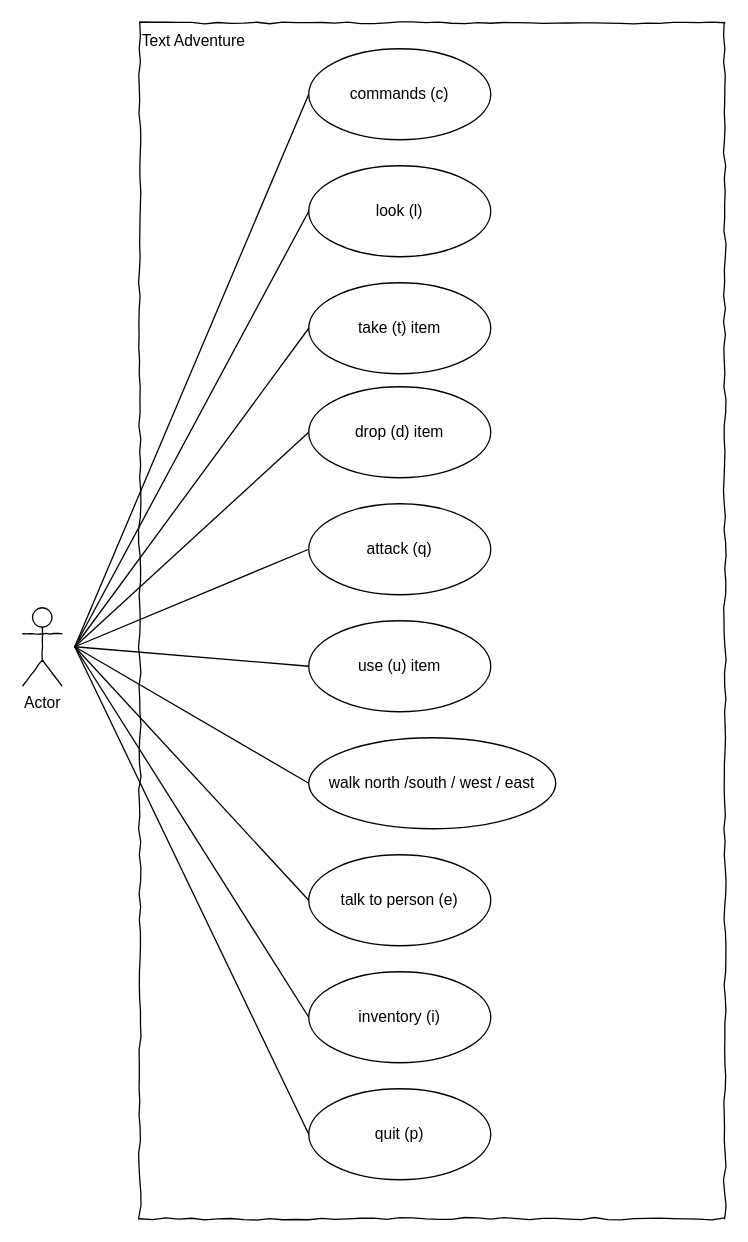
Above: Abschlussarbeit/Konzeption/usecase-diagramm.drawio in Vivian-Wolf/SoftwaredesignMIB4 (draw.io), before the change. Source tidied: cells renumbered, new cells numbered last; positions are measured from the earlier drawing's top-left corner, leaving out a move shared by most shapes. Both pictures are drawn from the tidied source at 130%, with x=0, y=0 at pixel (22, 22).
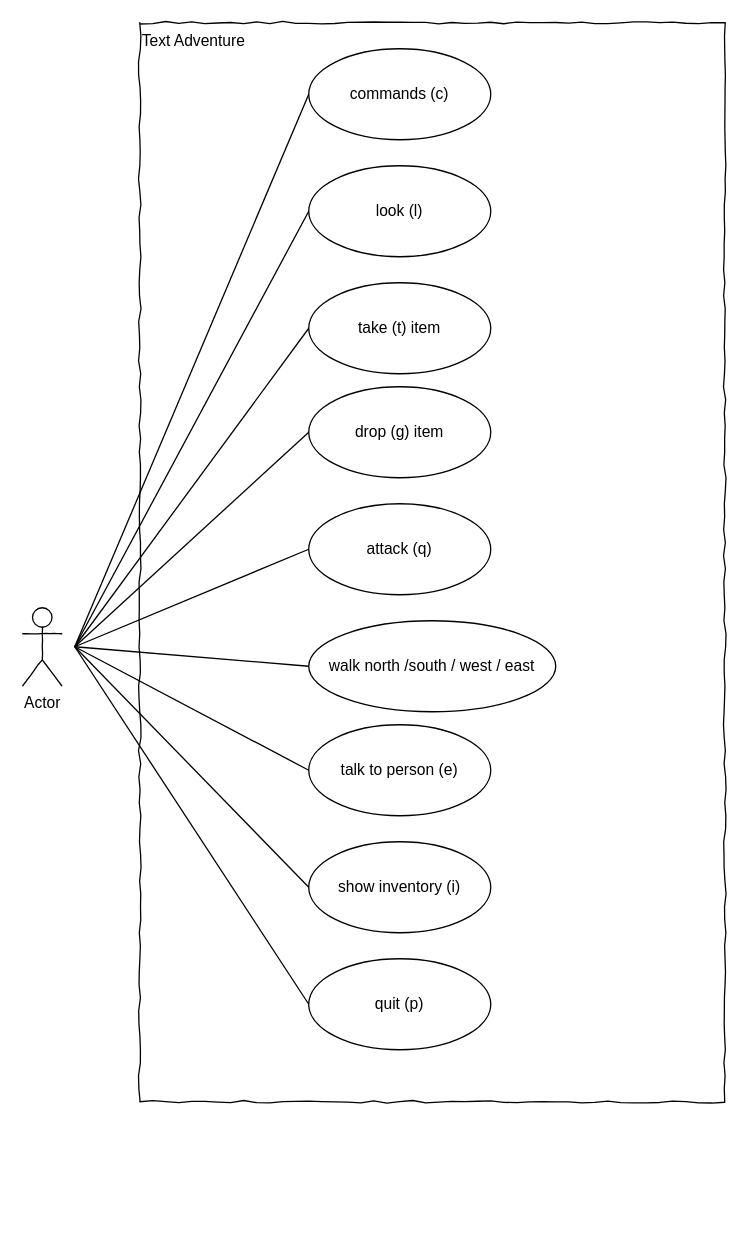
The same diagram, later.

Diff of the diagram source:
```diff
@@
     <mxCell id="2" value="&lt;div style=&quot;text-align: left&quot;&gt;&lt;span&gt;Text Adventure&lt;/span&gt;&lt;/div&gt;" style="rounded=0;whiteSpace=wrap;html=1;shadow=0;glass=0;comic=1;strokeColor=#000000;labelPosition=center;verticalLabelPosition=middle;align=left;verticalAlign=top;absoluteArcSize=1;arcSize=50;" parent="1" vertex="1">
-      <mxGeometry x="90" width="450" height="920" as="geometry" />
+      <mxGeometry x="90" width="450" height="830" as="geometry" />
     </mxCell>
@@
-    <mxCell id="6" value="inventory (i)" style="ellipse;whiteSpace=wrap;html=1;rounded=1;shadow=0;strokeWidth=1;comic=1;" parent="1" vertex="1">
-      <mxGeometry x="220" y="730" width="140" height="70" as="geometry" />
+    <mxCell id="6" value="show inventory (i)" style="ellipse;whiteSpace=wrap;html=1;rounded=1;shadow=0;strokeWidth=1;comic=1;" parent="1" vertex="1">
+      <mxGeometry x="220" y="630" width="140" height="70" as="geometry" />
     </mxCell>
@@
-    <mxCell id="8" value="drop (d) item" style="ellipse;whiteSpace=wrap;html=1;rounded=1;shadow=0;strokeWidth=1;comic=1;" parent="1" vertex="1">
+    <mxCell id="8" value="drop (g) item" style="ellipse;whiteSpace=wrap;html=1;rounded=1;shadow=0;strokeWidth=1;comic=1;" parent="1" vertex="1">
       <mxGeometry x="220" y="280" width="140" height="70" as="geometry" />
     </mxCell>
@@
-    <mxCell id="10" value="use (u) item" style="ellipse;whiteSpace=wrap;html=1;rounded=1;shadow=0;strokeWidth=1;comic=1;" parent="1" vertex="1">
-      <mxGeometry x="220" y="460" width="140" height="70" as="geometry" />
-    </mxCell>
     <mxCell id="11" value="walk north /south / west / east" style="ellipse;whiteSpace=wrap;html=1;rounded=1;shadow=0;strokeWidth=1;comic=1;" parent="1" vertex="1">
-      <mxGeometry x="220" y="550" width="190" height="70" as="geometry" />
+      <mxGeometry x="220" y="460" width="190" height="70" as="geometry" />
     </mxCell>
     <mxCell id="12" value="talk to person (e)" style="ellipse;whiteSpace=wrap;html=1;rounded=1;shadow=0;strokeWidth=1;comic=1;" parent="1" vertex="1">
-      <mxGeometry x="220" y="640" width="140" height="70" as="geometry" />
+      <mxGeometry x="220" y="540" width="140" height="70" as="geometry" />
     </mxCell>
     <mxCell id="13" value="quit (p)" style="ellipse;whiteSpace=wrap;html=1;rounded=1;shadow=0;strokeWidth=1;comic=1;" parent="1" vertex="1">
-      <mxGeometry x="220" y="820" width="140" height="70" as="geometry" />
+      <mxGeometry x="220" y="720" width="140" height="70" as="geometry" />
     </mxCell>
@@
-    <mxCell id="19" style="endArrow=none;html=1;exitX=0;exitY=0.5;exitDx=0;exitDy=0;" parent="1" edge="1" source="10">
-      <mxGeometry relative="1" as="geometry">
-        <mxPoint x="40" y="480" as="targetPoint" />
-      </mxGeometry>
-    </mxCell>
```
